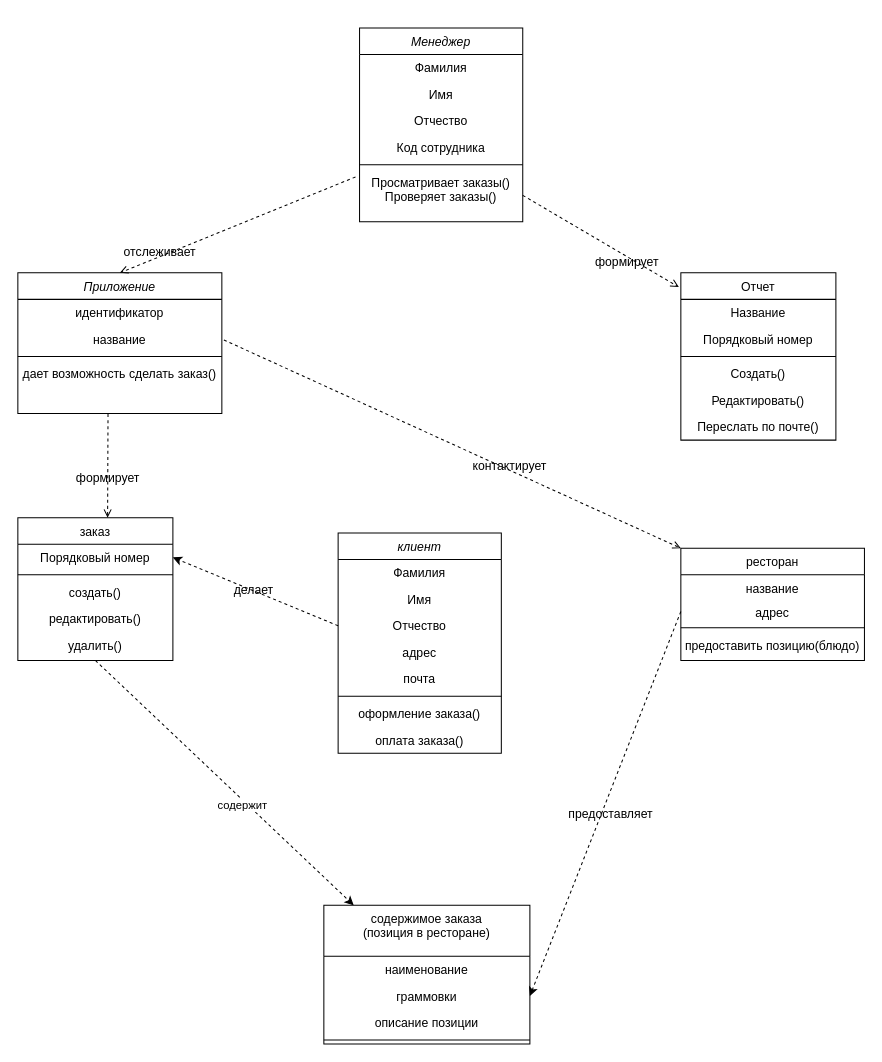
Above: page "Page-1" (1 of 5) of Диаграмма без названия.drawio in lllomvate/TZ3 (draw.io), before the change. Source tidied: cells renumbered, new cells numbered last; positions are measured from the earlier drawing's top-left corner, leaving out a move shared by most shapes. Both pictures are drawn from the tidied source at 102%, with x=0, y=0 at pixel (17, 28).
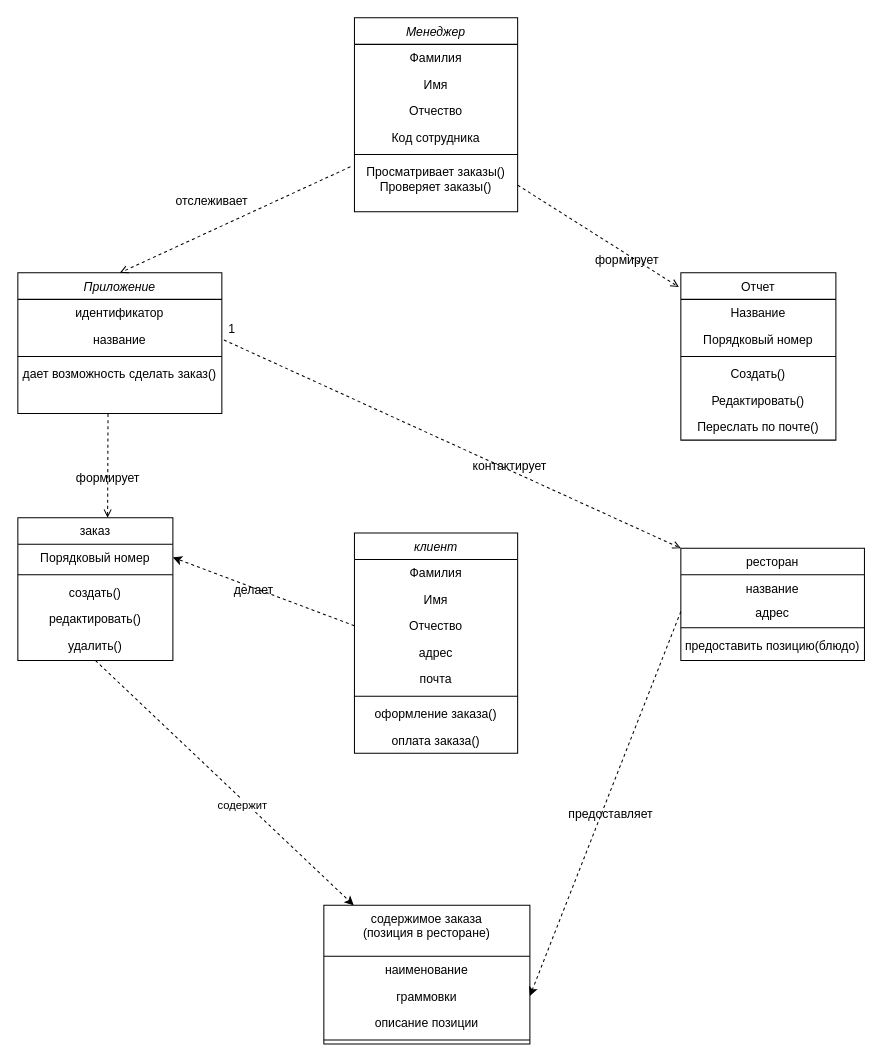
The same diagram, later.

Unchanged cells that the change refers to:
```xml
<mxCell id="33" style="endArrow=open;shadow=0;strokeWidth=1;rounded=0;endFill=1;elbow=vertical;dashed=1;entryX=0.5;entryY=0;entryDx=0;entryDy=0;exitX=-0.025;exitY=0.154;exitDx=0;exitDy=0;exitPerimeter=0;flowAnimation=0;" parent="1" edge="1" source="8" target="18">
  <mxGeometry x="0.5" y="41" relative="1" as="geometry">
    <mxPoint x="-40" y="32" as="offset" />
  </mxGeometry>
</mxCell>
```

What changed in the source:
```diff
@@
     <mxCell id="2" value="Менеджер" style="swimlane;fontStyle=2;align=center;verticalAlign=top;horizontal=1;startSize=26;rounded=0;shadow=0;strokeWidth=1;" parent="1" vertex="1">
-      <mxGeometry x="335" width="160" height="190" as="geometry" />
+      <mxGeometry x="330" y="-10" width="160" height="190" as="geometry" />
     </mxCell>
@@
     <mxCell id="34" value="отслеживает" style="text;html=1;align=center;verticalAlign=middle;labelBackgroundColor=none;rounded=0;shadow=0;strokeWidth=1;fontSize=12;" parent="33" vertex="1">
       <mxGeometry x="0.5" y="49" relative="1" as="geometry">
-        <mxPoint x="-38" y="-42" as="offset" />
+        <mxPoint x="13" y="-89" as="offset" />
       </mxGeometry>
     </mxCell>
@@
     <mxCell id="42" value="клиент" style="swimlane;fontStyle=2;align=center;verticalAlign=top;horizontal=1;startSize=26;rounded=0;shadow=0;strokeWidth=1;" parent="1" vertex="1">
-      <mxGeometry x="314" y="495" width="160" height="216" as="geometry" />
+      <mxGeometry x="330" y="495" width="160" height="216" as="geometry" />
     </mxCell>
@@
+    <mxCell id="60" value="1" style="text;html=1;align=center;verticalAlign=middle;whiteSpace=wrap;rounded=0;" parent="1" vertex="1">
+      <mxGeometry x="180" y="280" width="60" height="30" as="geometry" />
+    </mxCell>
```
